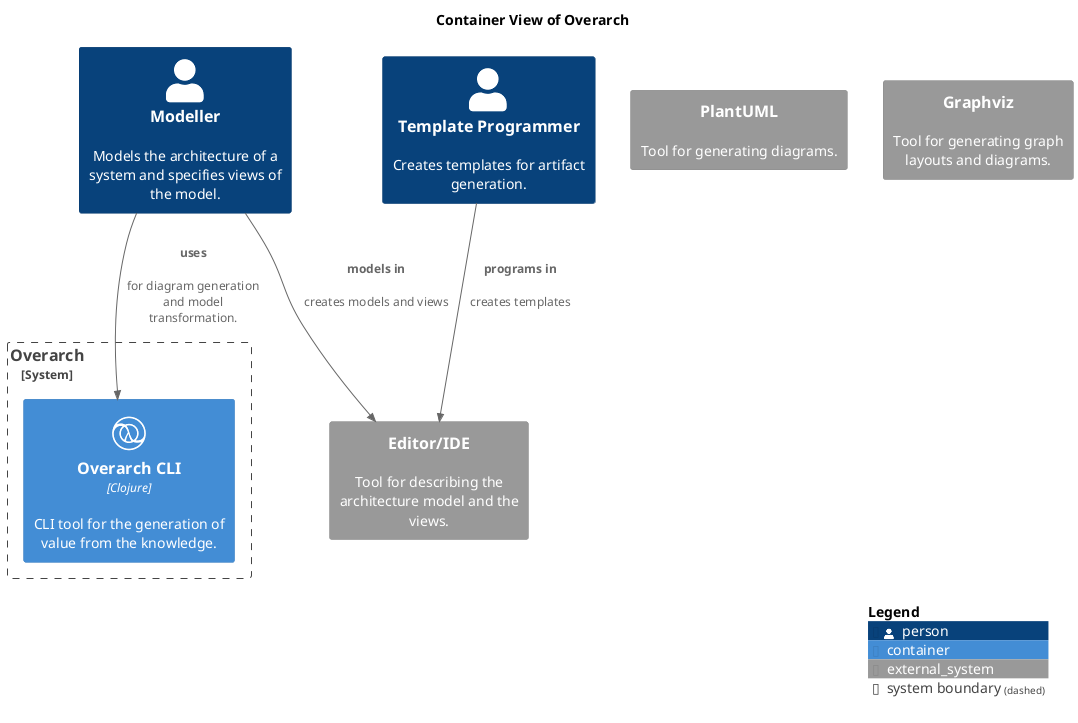
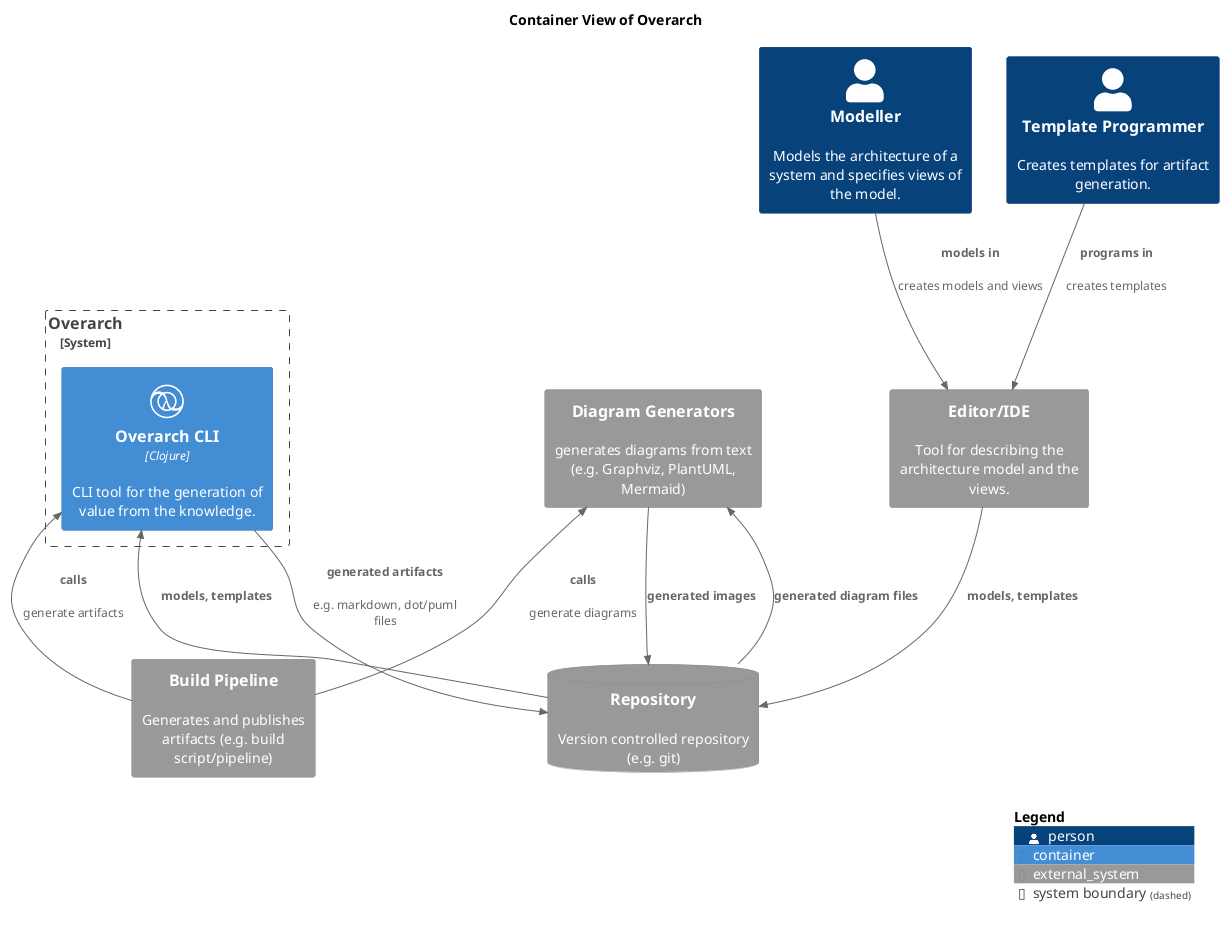
@startuml container-view
!include <C4/C4_Container.puml>
!include <awslib14/AWSCommon>
!include <awslib14/AWSC4Integration>
!include <azure/AzureCommon>
!include <azure/AzureC4Integration>
!include <tupadr3/common>
!include <tupadr3/devicons/clojure>







title Container View of Overarch
System_Ext(overarch_architecture_editor, "Editor/IDE", $descr="Tool for describing the architecture model and the views.")
Person(overarch_roles_modeller, "Modeller", $descr="Models the architecture of a system and specifies views of the model.")
Person(overarch_roles_templateProgrammer, "Template Programmer", $descr="Creates templates for artifact generation.")
- System_Ext(overarch_architecture_plantuml, "PlantUML", $descr="Tool for generating diagrams.")
- System_Ext(overarch_architecture_graphviz, "Graphviz", $descr="Tool for generating graph layouts and diagrams.")
+ System_Ext(overarch_architecture_diagramGenerator, "Diagram Generators", $descr="generates diagrams from text (e.g. Graphviz, PlantUML, Mermaid)")
System_Boundary(overarch_architecture_overarch, "Overarch") {
  Container(overarch_architecture_overarchCli, "Overarch CLI", $descr="CLI tool for the generation of value from the knowledge.", $techn="Clojure", $sprite="clojure")
}
+ System_Ext(overarch_architecture_buildPipeline, "Build Pipeline", $descr="Generates and publishes artifacts (e.g. build script/pipeline)")
+ SystemDb_Ext(overarch_architecture_vcRepository, "Repository", $descr="Version controlled repository (e.g. git)")
+ Rel(overarch_architecture_overarchCli, overarch_architecture_vcRepository, "generated artifacts", $descr="e.g. markdown, dot/puml files")
+ Rel_U(overarch_architecture_buildPipeline, overarch_architecture_overarchCli, "calls", $descr="generate artifacts")
+ Rel(overarch_architecture_vcRepository, overarch_architecture_diagramGenerator, "generated diagram files")
+ Rel_U(overarch_architecture_buildPipeline, overarch_architecture_diagramGenerator, "calls", $descr="generate diagrams")
+ Rel(overarch_architecture_vcRepository, overarch_architecture_overarchCli, "models, templates", $descr="")
+ Rel(overarch_architecture_editor, overarch_architecture_vcRepository, "models, templates", $descr="")
Rel(overarch_roles_templateProgrammer, overarch_architecture_editor, "programs in", $descr="creates templates")
- Rel(overarch_roles_modeller, overarch_architecture_overarchCli, "uses", $descr="for diagram generation and model transformation.")
Rel(overarch_roles_modeller, overarch_architecture_editor, "models in", $descr="creates models and views")
+ Rel(overarch_architecture_diagramGenerator, overarch_architecture_vcRepository, "generated images")
SHOW_LEGEND()
@enduml
